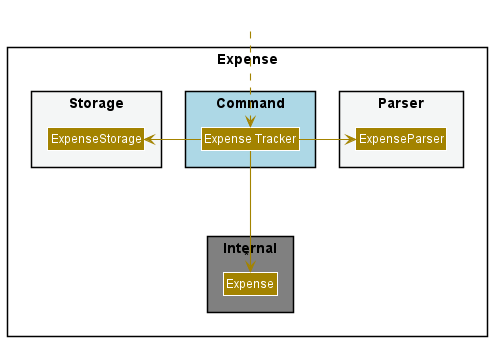
This is docs/images/ExpenseClassDiagram.png from nus-cs2113-AY2122S2/tp, a PlantUML export, as it was before one commit. Its diagram source:
```plantuml
@startuml
!include style.puml
skinparam arrowThickness 1.1
skinparam arrowColor STORAGE_COLOR
skinparam classBackgroundColor STORAGE_COLOR

package Expense{

    package "Parser" #F4F6F6{
        Class "ExpenseParser" as ExpenseParser
    }

    package "Command" #lightblue {
        Class "Expense Tracker" as ExpenseTracker
    }

    package "Internal" #grey {
        Class "Expense" as Expense
    }
    package "Storage" #F4F6F6{
        Class "ExpenseStorage" as ExpenseStorage

    }
}

Class HiddenOutside #FFFFFF
HiddenOutside ..> ExpenseTracker
ExpenseTracker -down--> "*" Expense
ExpenseTracker -right-> "ExpenseParser"
ExpenseTracker -left-> "ExpenseStorage"

@enduml
```
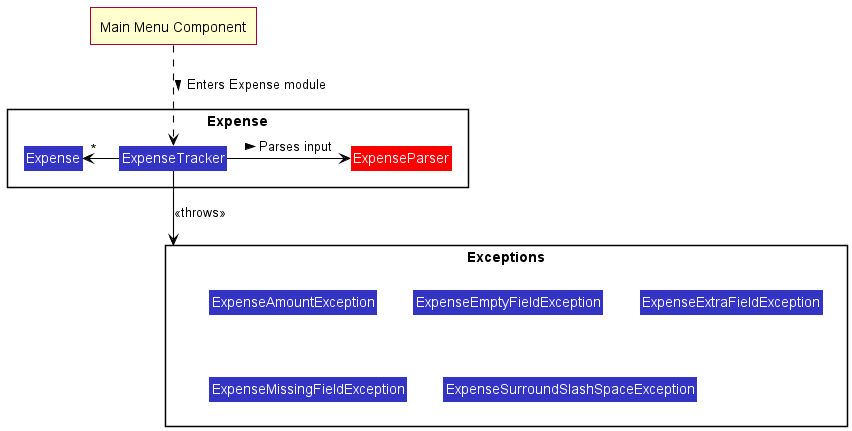
After the commit.

The edit, as a diff of the source:
```diff
@@ -1,32 +1,29 @@
 @startuml
 !include style.puml
 skinparam arrowThickness 1.1
-skinparam arrowColor STORAGE_COLOR
-skinparam classBackgroundColor STORAGE_COLOR
+skinparam arrowColor black
+skinparam classBackgroundColor LOGIC_COLOR
 
 package Expense{
-
-    package "Parser" #F4F6F6{
-        Class "ExpenseParser" as ExpenseParser
-    }
-
-    package "Command" #lightblue {
-        Class "Expense Tracker" as ExpenseTracker
-    }
-
-    package "Internal" #grey {
-        Class "Expense" as Expense
-    }
-    package "Storage" #F4F6F6{
-        Class "ExpenseStorage" as ExpenseStorage
-
-    }
+    Class ExpenseTracker
+    Class ExpenseParser #RED
+    Class Expense
+}
+package Exceptions{
+    Class ExpenseAmountException
+    Class ExpenseEmptyFieldException
+    Class ExpenseExtraFieldException
+    Class ExpenseMissingFieldException
+    Class ExpenseSurroundSlashSpaceException
+}
+package MainMenu as "Main Menu Component" {
 }
 
 Class HiddenOutside #FFFFFF
-HiddenOutside ..> ExpenseTracker
-ExpenseTracker -down--> "*" Expense
-ExpenseTracker -right-> "ExpenseParser"
-ExpenseTracker -left-> "ExpenseStorage"
+ExpenseTracker -down-> Exceptions : "<<throws>>"
+MainMenu ..> ExpenseTracker : Enters Expense module >
+ExpenseTracker -left--> "*" Expense
+ExpenseTracker -right-> "ExpenseParser" : Parses input >
+
 
 @enduml
```
